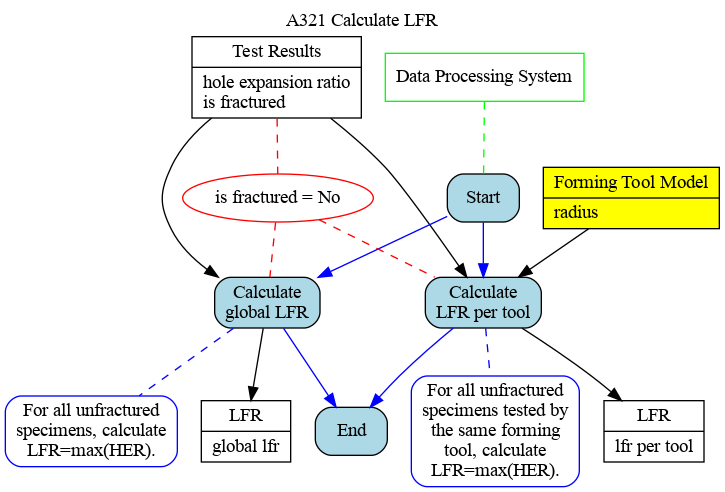
The Graphviz diagram Ontology_Layer/Behaviour_Model/08_A321.gv.png in ModelsforManufacturing/hole-flanging-by-SPIF-in-a-single-stage, before a commit. Its source is kept beside it as Ontology_Layer/Behaviour_Model/08_A321.gv.
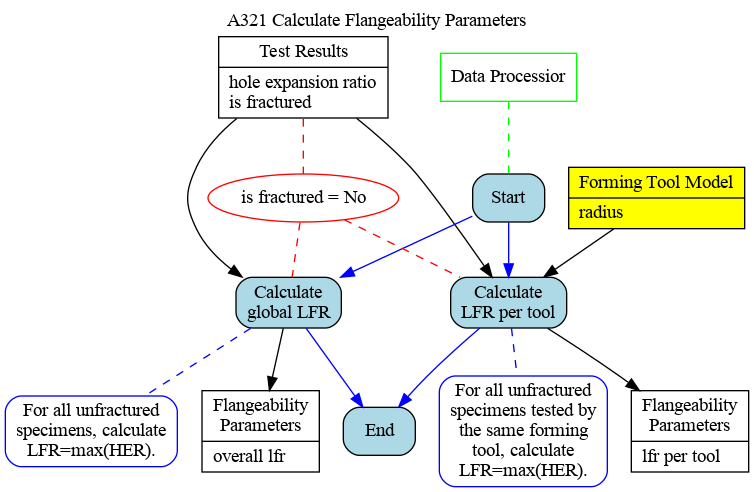
After the commit.

The edit, as a diff of the source:
```diff
@@ -1,16 +1,16 @@
 digraph behaviourmodel {
 
 labelloc="t"
-label="A321 Calculate LFR"
+label="A321 Calculate Flangeability Parameters"
 
 node [shape=record, style=filled, fillcolor=white, color=black]
 test [label="{Test Results|hole expansion ratio\lis fractured\l}"];
 tool [label="{Forming Tool Model|radius\l}", fillcolor=yellow];
-lfr [label="{LFR|global lfr\l}"];
-lfr_tool [label="{LFR|lfr per tool\l}"];
+lfr [label="{Flangeability\nParameters|overall lfr\l}"];
+lfr_tool [label="{Flangeability\nParameters|lfr per tool\l}"];
 
 node [shape=box, style=filled, fillcolor=white, color=green]
-m1 [label="Data Processing System"]
+m1 [label="Data Processior"]
 
 node [shape=box, style="filled, rounded", fillcolor=lightblue, color=black]
 Start
```
